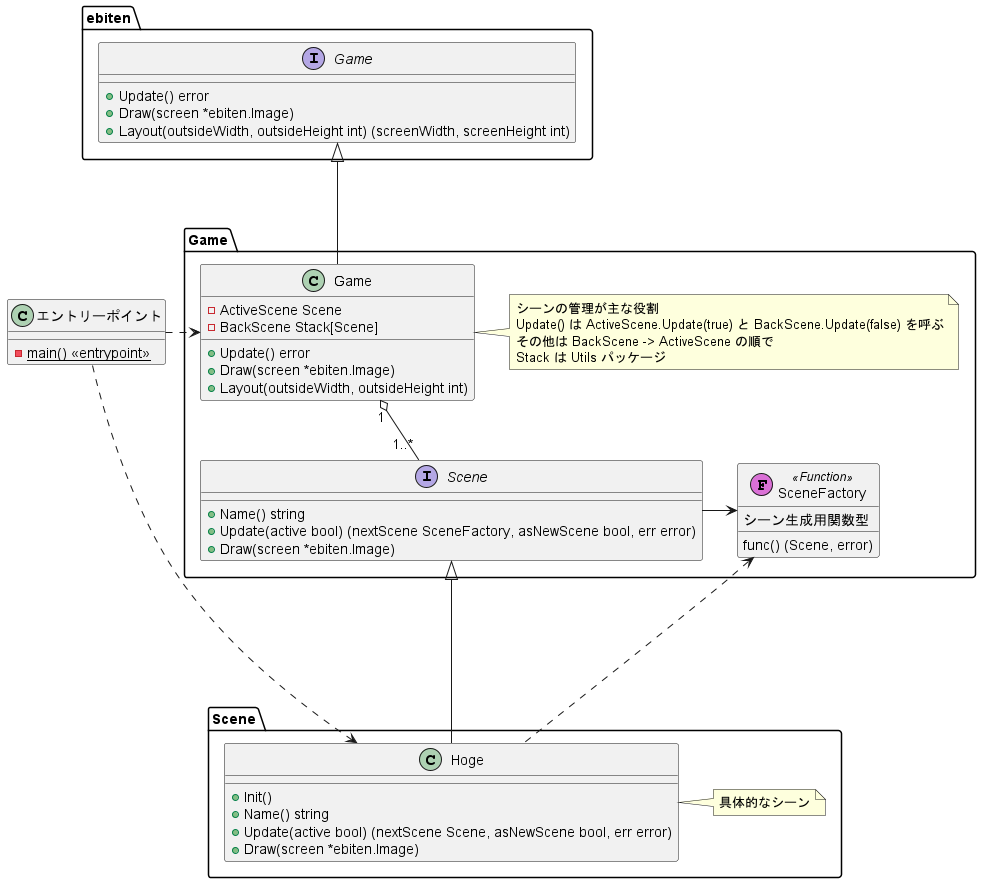
Before: Docs/game_class_diagram.png, a diagram exported from PlantUML (kmc-jp/Gamedev_Tempura-of-p--Phenylazo-phenol).
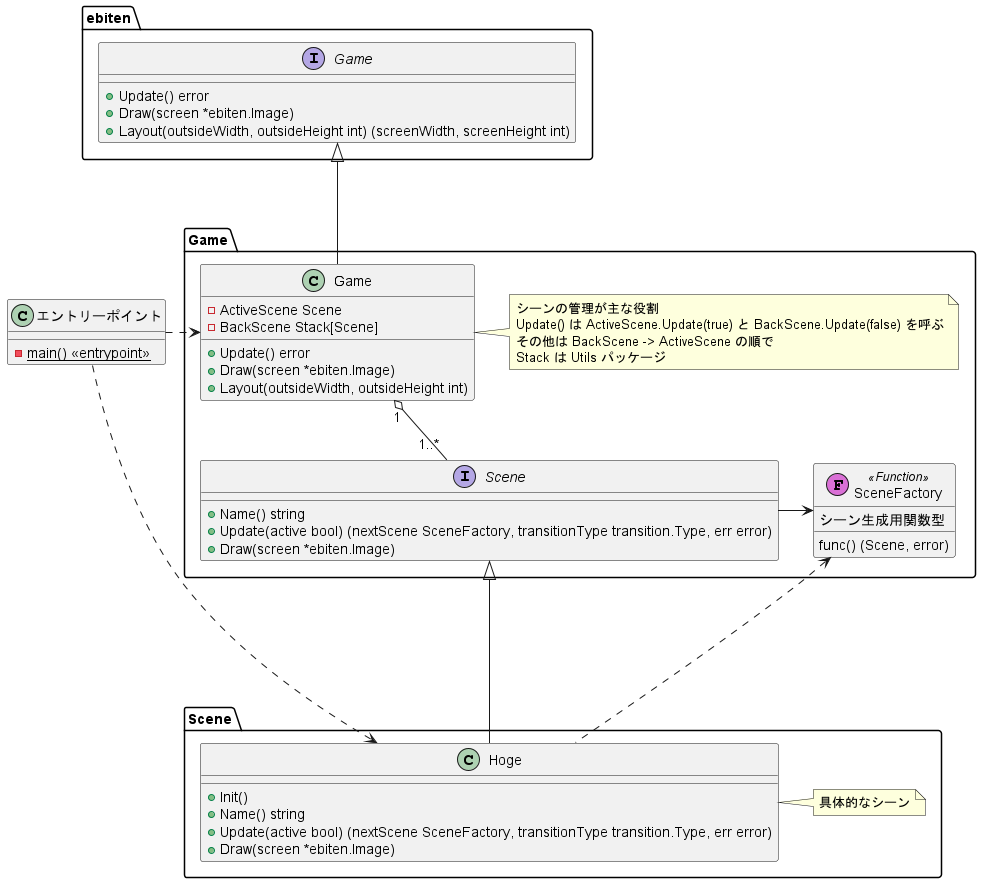
After the commit.

Commit message:
SceneManagerの変更がクラス図に反映されてなかったので修正

Change to the diagram source:
```diff
@@ -27,7 +27,7 @@
 
     interface Scene {
         + Name() string
-        + Update(active bool) (nextScene SceneFactory, asNewScene bool, err error)
+        + Update(active bool) (nextScene SceneFactory, transitionType transition.Type, err error)
         + Draw(screen *ebiten.Image)
     }
 
@@ -46,7 +46,7 @@
     class Hoge {
         + Init()
         + Name() string
-        + Update(active bool) (nextScene Scene, asNewScene bool, err error)
+        + Update(active bool) (nextScene SceneFactory, transitionType transition.Type, err error)
         + Draw(screen *ebiten.Image)
     }
     note right of Hoge : 具体的なシーン
```
